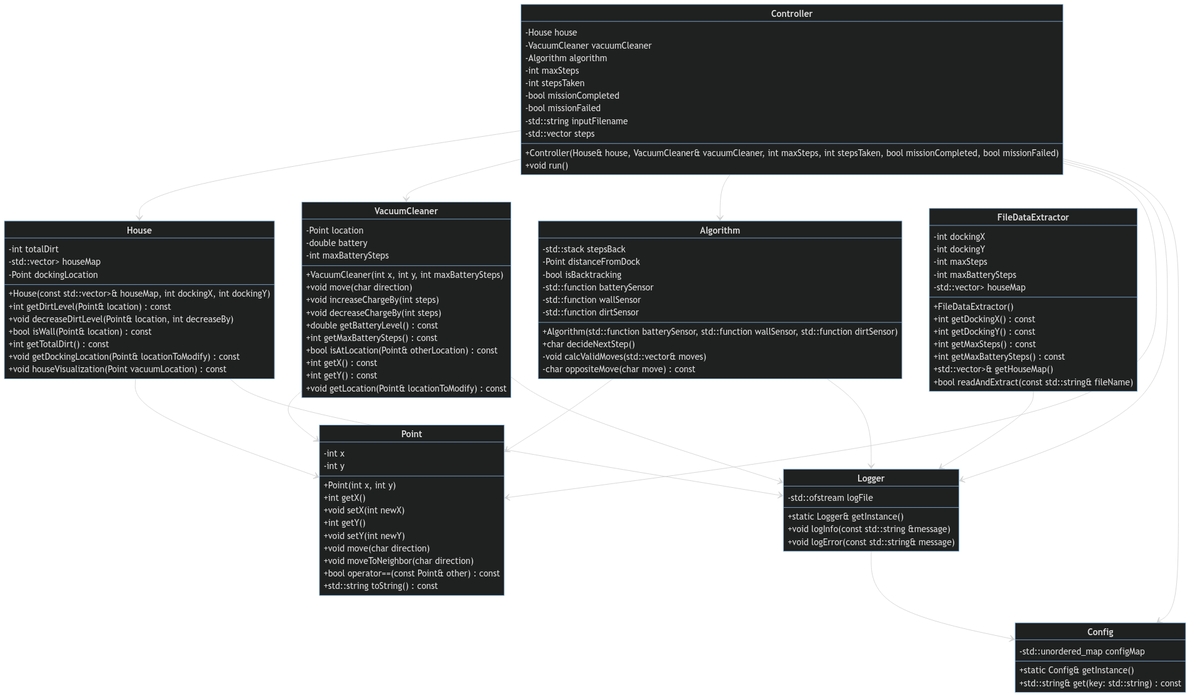
AmitRockBear/Advanced_Topics_In_Programming_hw1 keeps this Mermaid diagram as mermaid/classDiagram.png. Above is the earlier version. Its source is kept beside it as mermaid/classDiagram.mmd.
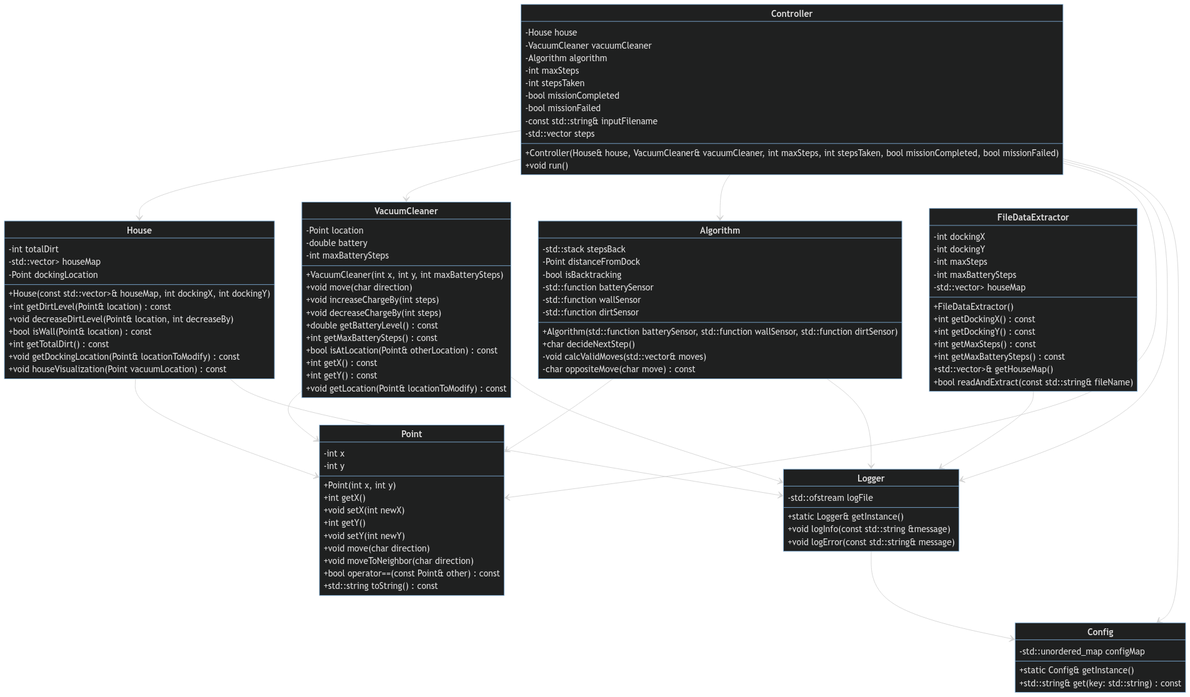
After the commit.

Commit message:
inputFileName is now a const reference to string

The edit, as a diff of the source:
```diff
@@ -78,7 +78,7 @@
         -int stepsTaken
         -bool missionCompleted
         -bool missionFailed
-        -std::string inputFilename
+        -const std::string& inputFilename
         -std::vector<char> steps
         +Controller(House& house, VacuumCleaner& vacuumCleaner, int maxSteps, int stepsTaken, bool missionCompleted, bool missionFailed)
         +void run()
```
